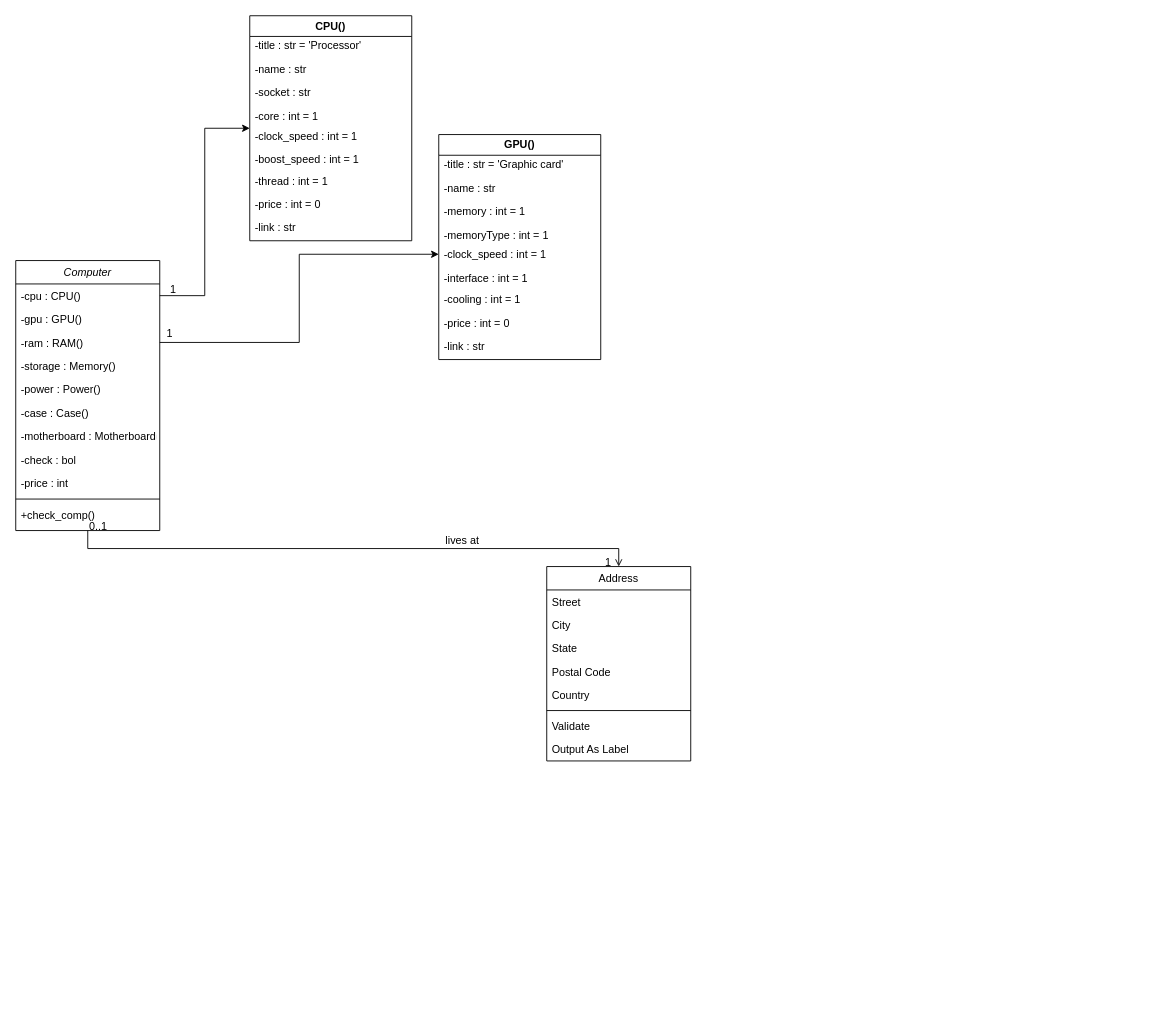
Earlier version of the draw.io diagram Files/Classes.drawio (Bill-khk/PCBuilder). Source tidied: cells renumbered, new cells numbered last; positions are measured from the earlier drawing's top-left corner, leaving out a move shared by most shapes. Both pictures are drawn from the tidied source at 90%, with x=0, y=0 at pixel (15, 15).
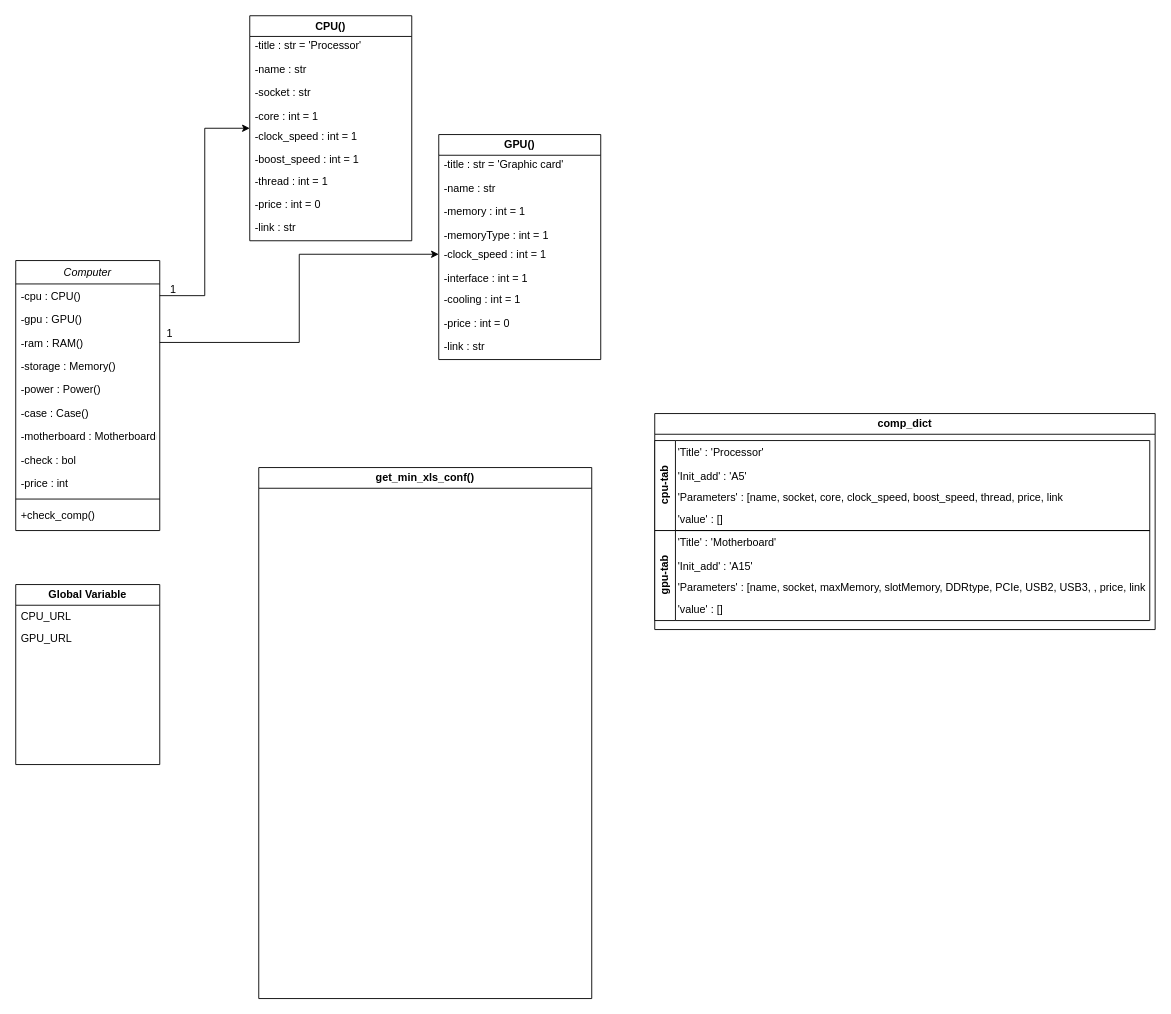
After the change.

Commit message:
Update Classes.drawio - add comp_dict and global variable

Unchanged cells that the change refers to:
```xml
<mxCell id="2" value="Computer" style="swimlane;fontStyle=2;align=center;verticalAlign=top;horizontal=1;startSize=26;rounded=0;shadow=0;strokeWidth=1;" parent="1" vertex="1">
  <mxGeometry y="272" width="160" height="300" as="geometry" />
</mxCell>
```

The edit, as a diff of the source:
```diff
@@
-    <mxCell id="14" value="Address" style="swimlane;fontStyle=0;align=center;verticalAlign=top;horizontal=1;startSize=26;rounded=0;shadow=0;strokeWidth=1;" parent="1" vertex="1">
-      <mxGeometry x="590" y="612" width="160" height="216" as="geometry" />
-    </mxCell>
-    <mxCell id="15" value="Street" style="text;align=left;verticalAlign=top;spacingLeft=4;spacingRight=4;overflow=hidden;" parent="14" vertex="1">
-      <mxGeometry y="26" width="160" height="26" as="geometry" />
-    </mxCell>
-    <mxCell id="16" value="City" style="text;align=left;verticalAlign=top;spacingLeft=4;spacingRight=4;overflow=hidden;rounded=0;shadow=0;html=0;" parent="14" vertex="1">
-      <mxGeometry y="52" width="160" height="26" as="geometry" />
-    </mxCell>
-    <mxCell id="17" value="State" style="text;align=left;verticalAlign=top;spacingLeft=4;spacingRight=4;overflow=hidden;rounded=0;shadow=0;html=0;" parent="14" vertex="1">
-      <mxGeometry y="78" width="160" height="26" as="geometry" />
-    </mxCell>
-    <mxCell id="18" value="Postal Code" style="text;align=left;verticalAlign=top;spacingLeft=4;spacingRight=4;overflow=hidden;rounded=0;shadow=0;html=0;" parent="14" vertex="1">
-      <mxGeometry y="104" width="160" height="26" as="geometry" />
-    </mxCell>
-    <mxCell id="19" value="Country" style="text;align=left;verticalAlign=top;spacingLeft=4;spacingRight=4;overflow=hidden;rounded=0;shadow=0;html=0;" parent="14" vertex="1">
-      <mxGeometry y="130" width="160" height="26" as="geometry" />
-    </mxCell>
-    <mxCell id="20" style="line;html=1;strokeWidth=1;align=left;verticalAlign=middle;spacingTop=-1;spacingLeft=3;spacingRight=3;labelPosition=right;" parent="14" vertex="1">
-      <mxGeometry y="156" width="160" height="8" as="geometry" />
-    </mxCell>
-    <mxCell id="21" value="Validate" style="text;align=left;verticalAlign=top;spacingLeft=4;spacingRight=4;overflow=hidden;" parent="14" vertex="1">
-      <mxGeometry y="164" width="160" height="26" as="geometry" />
-    </mxCell>
-    <mxCell id="22" value="Output As Label" style="text;align=left;verticalAlign=top;spacingLeft=4;spacingRight=4;overflow=hidden;" parent="14" vertex="1">
-      <mxGeometry y="190" width="160" height="26" as="geometry" />
-    </mxCell>
-    <mxCell id="23" style="endArrow=open;shadow=0;strokeWidth=1;rounded=0;curved=0;endFill=1;edgeStyle=elbowEdgeStyle;elbow=vertical;" parent="1" edge="1" source="2" target="14">
-      <mxGeometry x="0.5" y="41" relative="1" as="geometry">
-        <mxPoint x="-40" y="32" as="offset" />
-      </mxGeometry>
-    </mxCell>
-    <mxCell id="24" value="0..1" style="align=left;verticalAlign=bottom;labelBackgroundColor=none;fontSize=12;" parent="23" vertex="1">
-      <mxGeometry x="-1" relative="1" as="geometry">
-        <mxPoint y="4" as="offset" />
-      </mxGeometry>
-    </mxCell>
-    <mxCell id="25" value="1" style="align=right;verticalAlign=bottom;labelBackgroundColor=none;fontSize=12;" parent="23" vertex="1">
-      <mxGeometry x="1" relative="1" as="geometry">
-        <mxPoint x="-7" y="4" as="offset" />
-      </mxGeometry>
-    </mxCell>
-    <mxCell id="26" value="lives at" style="text;html=1;align=center;verticalAlign=middle;labelBackgroundColor=none;rounded=0;shadow=0;strokeWidth=1;fontSize=12;" parent="23" vertex="1">
-      <mxGeometry x="0.5" y="49" relative="1" as="geometry">
-        <mxPoint x="-38" y="40" as="offset" />
-      </mxGeometry>
-    </mxCell>
@@
+    <mxCell id="51" value="comp_dict" style="swimlane;whiteSpace=wrap;html=1;" parent="1" vertex="1">
+      <mxGeometry x="710" y="442" width="556" height="240" as="geometry" />
+    </mxCell>
+    <mxCell id="52" value="cpu-tab" style="swimlane;horizontal=0;whiteSpace=wrap;html=1;" parent="51" vertex="1">
+      <mxGeometry y="30" width="550" height="100" as="geometry" />
+    </mxCell>
+    <mxCell id="53" value="'Title' : 'Processor'" style="text;align=left;verticalAlign=top;spacingLeft=4;spacingRight=4;overflow=hidden;" parent="52" vertex="1">
+      <mxGeometry x="20" width="200" height="26" as="geometry" />
+    </mxCell>
+    <mxCell id="54" value="'Init_add' : 'A5'" style="text;align=left;verticalAlign=top;spacingLeft=4;spacingRight=4;overflow=hidden;" parent="52" vertex="1">
+      <mxGeometry x="20" y="26" width="200" height="26" as="geometry" />
+    </mxCell>
+    <mxCell id="55" value="'Parameters' : [name, socket, core, clock_speed, boost_speed, thread, price, link" style="text;align=left;verticalAlign=top;spacingLeft=4;spacingRight=4;overflow=hidden;" parent="52" vertex="1">
+      <mxGeometry x="20" y="50" width="450" height="26" as="geometry" />
+    </mxCell>
+    <mxCell id="56" value="'value' : []" style="text;align=left;verticalAlign=top;spacingLeft=4;spacingRight=4;overflow=hidden;" parent="52" vertex="1">
+      <mxGeometry x="20" y="74" width="200" height="26" as="geometry" />
+    </mxCell>
+    <mxCell id="57" value="gpu-tab" style="swimlane;horizontal=0;whiteSpace=wrap;html=1;" parent="51" vertex="1">
+      <mxGeometry y="130" width="550" height="100" as="geometry" />
+    </mxCell>
+    <mxCell id="58" value="'Title' : 'Motherboard'" style="text;align=left;verticalAlign=top;spacingLeft=4;spacingRight=4;overflow=hidden;" parent="57" vertex="1">
+      <mxGeometry x="20" width="200" height="26" as="geometry" />
+    </mxCell>
+    <mxCell id="59" value="'Init_add' : 'A15'" style="text;align=left;verticalAlign=top;spacingLeft=4;spacingRight=4;overflow=hidden;" parent="57" vertex="1">
+      <mxGeometry x="20" y="26" width="200" height="26" as="geometry" />
+    </mxCell>
+    <mxCell id="60" value="'Parameters' : [name, socket, maxMemory, slotMemory, DDRtype, PCIe, USB2, USB3, , price, link" style="text;align=left;verticalAlign=top;spacingLeft=4;spacingRight=4;overflow=hidden;" parent="57" vertex="1">
+      <mxGeometry x="20" y="50" width="530" height="26" as="geometry" />
+    </mxCell>
+    <mxCell id="61" value="'value' : []" style="text;align=left;verticalAlign=top;spacingLeft=4;spacingRight=4;overflow=hidden;" parent="57" vertex="1">
+      <mxGeometry x="20" y="74" width="200" height="26" as="geometry" />
+    </mxCell>
+    <mxCell id="62" value="Global Variable" style="swimlane;whiteSpace=wrap;html=1;" parent="1" vertex="1">
+      <mxGeometry y="632" width="160" height="200" as="geometry" />
+    </mxCell>
+    <mxCell id="63" value="CPU_URL" style="text;align=left;verticalAlign=top;spacingLeft=4;spacingRight=4;overflow=hidden;" parent="62" vertex="1">
+      <mxGeometry y="22" width="160" height="26" as="geometry" />
+    </mxCell>
+    <mxCell id="64" value="GPU_URL" style="text;align=left;verticalAlign=top;spacingLeft=4;spacingRight=4;overflow=hidden;" parent="62" vertex="1">
+      <mxGeometry y="46" width="160" height="26" as="geometry" />
+    </mxCell>
+    <mxCell id="65" value="get_min_xls_conf()" style="swimlane;whiteSpace=wrap;html=1;" parent="1" vertex="1">
+      <mxGeometry x="270" y="502" width="370" height="590" as="geometry" />
+    </mxCell>
```
